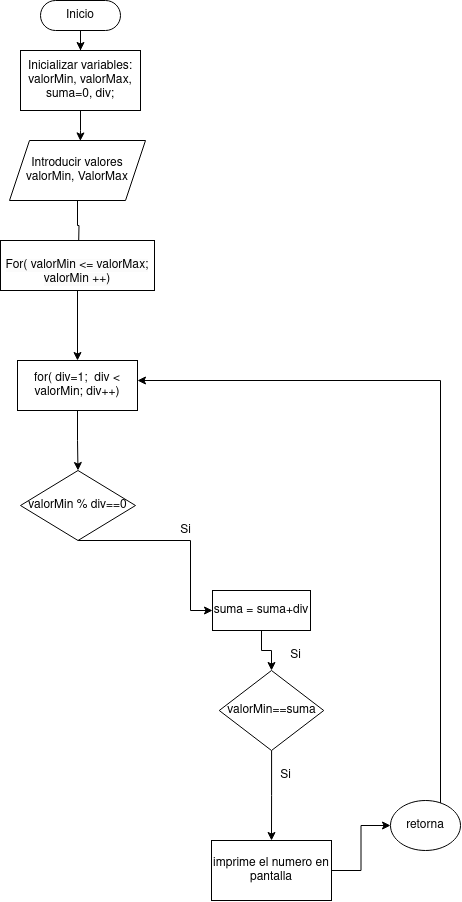
Earlier version of the draw.io export Unidad-1/Tarea2 AdonayGG/images/Tarea2.png (adogonz23/programacion). Source tidied: cells renumbered, new cells last; positions are measured from the earlier drawing's top-left corner, leaving out a move shared by most shapes.
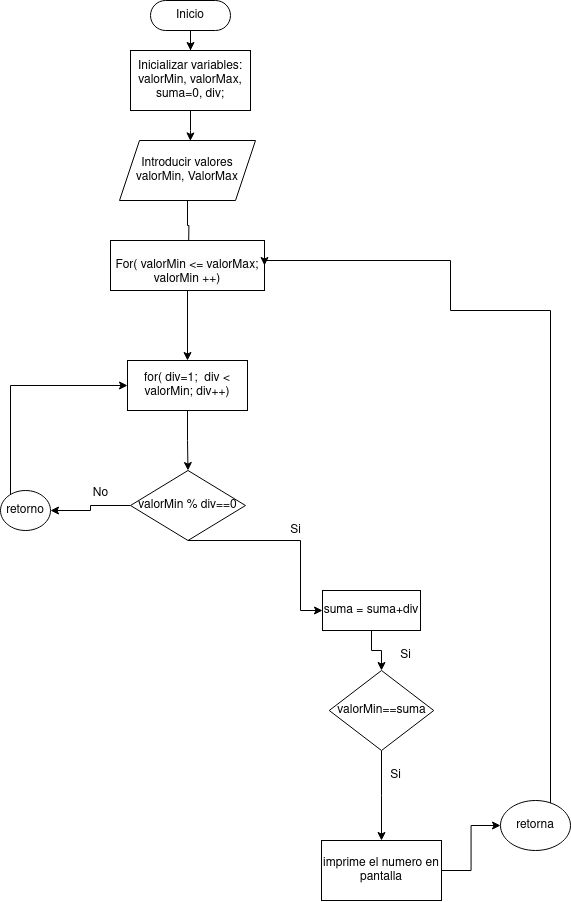
Later version of the same file.

What changed in the source:
```diff
@@ -42,6 +42,9 @@
         </Array>
       </mxGeometry>
     </mxCell>
+    <mxCell id="25" style="edgeStyle=orthogonalEdgeStyle;rounded=0;jettySize=auto;html=1;" parent="1" edge="1" source="13" target="28">
+      <mxGeometry relative="1" as="geometry" />
+    </mxCell>
     <mxCell id="13" value="valorMin % div==0" style="rhombus;whiteSpace=wrap;html=1;" parent="1" vertex="1">
       <mxGeometry x="20" y="470" width="115" height="70" as="geometry" />
     </mxCell>
@@ -72,18 +75,33 @@
     <mxCell id="22" value="Si" style="text;html=1;align=center;verticalAlign=middle;strokeColor=none;fillColor=none;" parent="1" vertex="1">
       <mxGeometry x="270" y="760" width="30" height="30" as="geometry" />
     </mxCell>
-    <mxCell id="23" style="edgeStyle=orthogonalEdgeStyle;rounded=0;jettySize=auto;html=1;entryX=1;entryY=0.5;entryDx=0;entryDy=0;exitX=0.5;exitY=0;exitDx=0;exitDy=0;" parent="1" edge="1" source="24">
+    <mxCell id="23" style="edgeStyle=orthogonalEdgeStyle;rounded=0;jettySize=auto;html=1;exitX=0.5;exitY=0;exitDx=0;exitDy=0;entryX=1;entryY=0.5;entryDx=0;entryDy=0;" parent="1" edge="1" source="24" target="9">
       <mxGeometry relative="1" as="geometry">
-        <mxPoint x="137" y="380" as="targetPoint" />
         <Array as="points">
           <mxPoint x="425" y="821" />
           <mxPoint x="440" y="821" />
-          <mxPoint x="440" y="380" />
+          <mxPoint x="440" y="310" />
+          <mxPoint x="340" y="310" />
+          <mxPoint x="340" y="260" />
+          <mxPoint x="154" y="260" />
         </Array>
       </mxGeometry>
     </mxCell>
     <mxCell id="24" value="retorna" style="ellipse;whiteSpace=wrap;html=1;" parent="1" vertex="1">
       <mxGeometry x="390" y="800" width="70" height="50" as="geometry" />
     </mxCell>
+    <mxCell id="26" value="No" style="text;html=1;align=center;verticalAlign=middle;strokeColor=none;fillColor=none;" parent="1" vertex="1">
+      <mxGeometry x="-30" y="478" width="40" height="30" as="geometry" />
+    </mxCell>
+    <mxCell id="27" style="edgeStyle=orthogonalEdgeStyle;rounded=0;jettySize=auto;html=1;entryX=0;entryY=0.5;entryDx=0;entryDy=0;" parent="1" edge="1" source="28" target="11">
+      <mxGeometry relative="1" as="geometry">
+        <Array as="points">
+          <mxPoint x="-100" y="385" />
+        </Array>
+      </mxGeometry>
+    </mxCell>
+    <mxCell id="28" value="retorno" style="ellipse;whiteSpace=wrap;html=1;" parent="1" vertex="1">
+      <mxGeometry x="-110" y="490" width="50" height="40" as="geometry" />
+    </mxCell>
   </root>
 </mxGraphModel>
```
